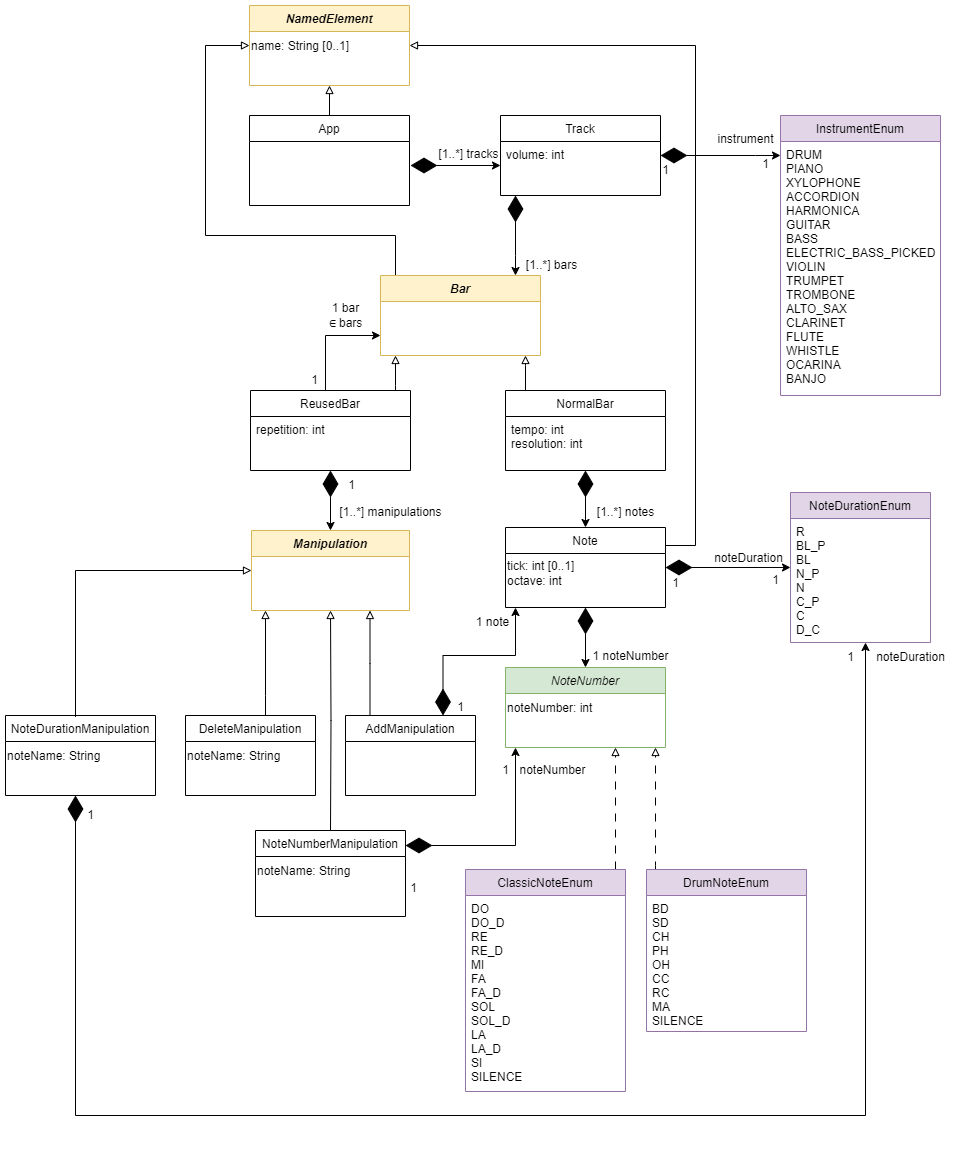
Earlier version of the draw.io export kernel/ressources/domain_model.png (BenoitGAUDET38/dsl-team-a-mml). Source tidied: cells renumbered, new cells last; positions are measured from the earlier drawing's top-left corner, leaving out a move shared by most shapes.
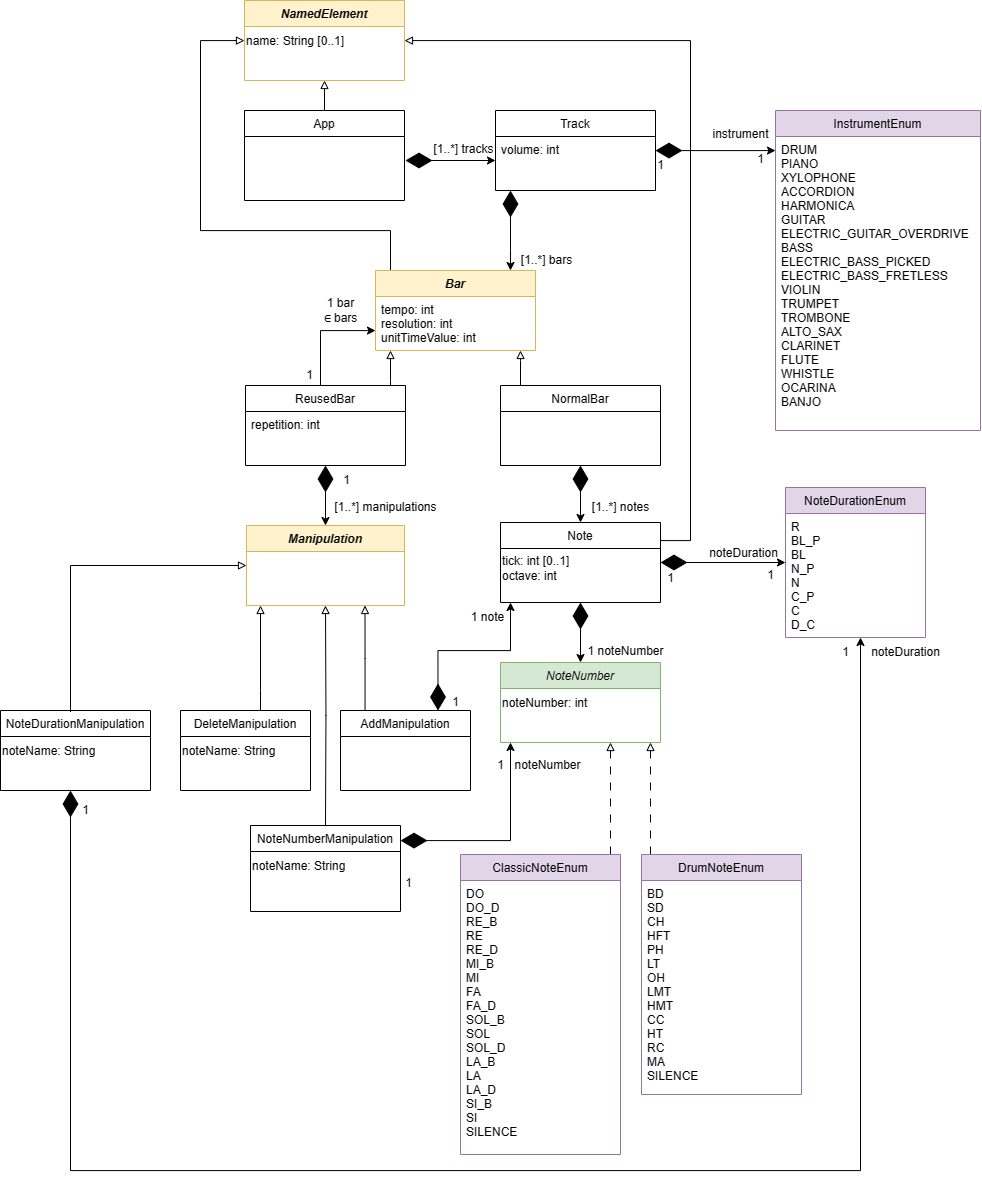
The same file after the commit.

Commit message:
update domain model

What changed in the source:
```diff
@@ -40,10 +40,10 @@
       <mxGeometry x="580" y="492" width="80" height="30" as="geometry" />
     </mxCell>
     <mxCell id="12" value="InstrumentEnum" style="swimlane;fontStyle=0;align=center;verticalAlign=top;horizontal=1;startSize=26;rounded=0;shadow=0;strokeWidth=1;fillColor=#e1d5e7;strokeColor=#9673a6;" parent="1" vertex="1">
-      <mxGeometry x="775" y="110" width="160" height="280" as="geometry" />
+      <mxGeometry x="775" y="110" width="205" height="320" as="geometry" />
     </mxCell>
-    <mxCell id="13" value="DRUM&#10;PIANO&#10;XYLOPHONE&#10;ACCORDION&#10;HARMONICA&#10;GUITAR&#10;BASS&#10;ELECTRIC_BASS_PICKED&#10;VIOLIN&#10;TRUMPET&#10;TROMBONE&#10;ALTO_SAX&#10;CLARINET&#10;FLUTE&#10;WHISTLE&#10;OCARINA&#10;BANJO" style="text;align=left;verticalAlign=top;spacingLeft=4;spacingRight=4;overflow=hidden;rounded=0;shadow=0;html=0;" parent="12" vertex="1">
-      <mxGeometry y="26" width="160" height="254" as="geometry" />
+    <mxCell id="13" value="DRUM&#10;PIANO&#10;XYLOPHONE&#10;ACCORDION&#10;HARMONICA&#10;GUITAR&#10;ELECTRIC_GUITAR_OVERDRIVE&#10;BASS&#10;ELECTRIC_BASS_PICKED&#10;ELECTRIC_BASS_FRETLESS&#10;VIOLIN&#10;TRUMPET&#10;TROMBONE&#10;ALTO_SAX&#10;CLARINET&#10;FLUTE&#10;WHISTLE&#10;OCARINA&#10;BANJO&#10;" style="text;align=left;verticalAlign=top;spacingLeft=4;spacingRight=4;overflow=hidden;rounded=0;shadow=0;html=0;" parent="12" vertex="1">
+      <mxGeometry y="26" width="205" height="294" as="geometry" />
     </mxCell>
     <mxCell id="14" value="instrument" style="text;html=1;align=center;verticalAlign=middle;strokeColor=none;fillColor=none;" parent="1" vertex="1">
       <mxGeometry x="700" y="119" width="80" height="30" as="geometry" />
@@ -57,10 +57,10 @@
       </mxGeometry>
     </mxCell>
     <mxCell id="16" value="ClassicNoteEnum" style="swimlane;fontStyle=0;align=center;verticalAlign=top;horizontal=1;startSize=26;rounded=0;shadow=0;strokeWidth=1;fillColor=#e1d5e7;strokeColor=#9673a6;" parent="1" vertex="1">
-      <mxGeometry x="460" y="864" width="160" height="222" as="geometry" />
+      <mxGeometry x="460" y="854" width="160" height="300" as="geometry" />
     </mxCell>
-    <mxCell id="17" value="DO&#10;DO_D&#10;RE&#10;RE_D&#10;MI&#10;FA&#10;FA_D&#10;SOL&#10;SOL_D&#10;LA&#10;LA_D&#10;SI&#10;SILENCE" style="text;align=left;verticalAlign=top;spacingLeft=4;spacingRight=4;overflow=hidden;rounded=0;shadow=0;html=0;" parent="16" vertex="1">
-      <mxGeometry y="26" width="160" height="194" as="geometry" />
+    <mxCell id="17" value="DO&#10;DO_D&#10;RE_B&#10;RE&#10;RE_D&#10;MI_B&#10;MI&#10;FA&#10;FA_D&#10;SOL_B&#10;SOL&#10;SOL_D&#10;LA_B&#10;LA&#10;LA_D&#10;SI_B&#10;SI&#10;SILENCE" style="text;align=left;verticalAlign=top;spacingLeft=4;spacingRight=4;overflow=hidden;rounded=0;shadow=0;html=0;" parent="16" vertex="1">
+      <mxGeometry y="26" width="160" height="264" as="geometry" />
     </mxCell>
     <mxCell id="18" value="NoteDurationEnum" style="swimlane;fontStyle=0;align=center;verticalAlign=top;horizontal=1;startSize=26;rounded=0;shadow=0;strokeWidth=1;fillColor=#e1d5e7;strokeColor=#9673a6;" parent="1" vertex="1">
       <mxGeometry x="785" y="487" width="140" height="150" as="geometry" />
@@ -77,16 +77,16 @@
     <mxCell id="22" style="edgeStyle=orthogonalEdgeStyle;rounded=0;jettySize=auto;html=1;endArrow=block;endFill=0;dashed=1;dashPattern=8 8;" parent="1" edge="1" source="23" target="20">
       <mxGeometry relative="1" as="geometry">
         <Array as="points">
-          <mxPoint x="650" y="860" />
-          <mxPoint x="650" y="860" />
+          <mxPoint x="650" y="800" />
+          <mxPoint x="650" y="800" />
         </Array>
       </mxGeometry>
     </mxCell>
     <mxCell id="23" value="DrumNoteEnum" style="swimlane;fontStyle=0;align=center;verticalAlign=top;horizontal=1;startSize=26;rounded=0;shadow=0;strokeWidth=1;fillColor=#e1d5e7;strokeColor=#9673a6;" parent="1" vertex="1">
-      <mxGeometry x="641" y="864" width="160" height="162" as="geometry" />
+      <mxGeometry x="641" y="854" width="160" height="240" as="geometry" />
     </mxCell>
-    <mxCell id="24" value="BD&#10;SD&#10;CH&#10;PH&#10;OH&#10;CC&#10;RC&#10;MA&#10;SILENCE" style="text;align=left;verticalAlign=top;spacingLeft=4;spacingRight=4;overflow=hidden;rounded=0;shadow=0;html=0;" parent="23" vertex="1">
-      <mxGeometry y="26" width="160" height="134" as="geometry" />
+    <mxCell id="24" value="BD&#10;SD&#10;CH&#10;HFT&#10;PH&#10;LT&#10;OH&#10;LMT&#10;HMT&#10;CC&#10;HT&#10;RC&#10;MA&#10;SILENCE" style="text;align=left;verticalAlign=top;spacingLeft=4;spacingRight=4;overflow=hidden;rounded=0;shadow=0;html=0;" parent="23" vertex="1">
+      <mxGeometry y="26" width="160" height="214" as="geometry" />
     </mxCell>
     <mxCell id="25" value="noteDuration" style="text;html=1;align=center;verticalAlign=middle;strokeColor=none;fillColor=none;" parent="1" vertex="1">
       <mxGeometry x="698" y="538" width="90" height="30" as="geometry" />
@@ -103,9 +103,6 @@
     <mxCell id="29" value="NormalBar" style="swimlane;fontStyle=0;align=center;verticalAlign=top;horizontal=1;startSize=26;rounded=0;shadow=0;strokeWidth=1;" parent="1" vertex="1">
       <mxGeometry x="500" y="385" width="160" height="80" as="geometry" />
     </mxCell>
-    <mxCell id="30" value="tempo: int&#10;resolution: int" style="text;align=left;verticalAlign=top;spacingLeft=4;spacingRight=4;overflow=hidden;" parent="29" vertex="1">
-      <mxGeometry y="26" width="160" height="54" as="geometry" />
-    </mxCell>
     <mxCell id="31" style="endArrow=diamondThin;endFill=1;endSize=24;html=1;rounded=0;edgeStyle=orthogonalEdgeStyle;startArrow=classic;startFill=1;" parent="1" edge="1" source="42" target="4">
       <mxGeometry relative="1" as="geometry">
         <Array as="points">
@@ -168,6 +165,9 @@
     <mxCell id="42" value="Bar" style="swimlane;fontStyle=3;align=center;verticalAlign=top;horizontal=1;startSize=26;rounded=0;shadow=0;strokeWidth=1;fillColor=#fff2cc;strokeColor=#d6b656;" parent="1" vertex="1">
       <mxGeometry x="375" y="270" width="160" height="80" as="geometry" />
     </mxCell>
+    <mxCell id="30" value="tempo: int&#10;resolution: int&#10;unitTimeValue: int" style="text;align=left;verticalAlign=top;spacingLeft=4;spacingRight=4;overflow=hidden;" parent="42" vertex="1">
+      <mxGeometry y="26" width="160" height="54" as="geometry" />
+    </mxCell>
     <mxCell id="43" style="edgeStyle=orthogonalEdgeStyle;rounded=0;jettySize=auto;html=1;endArrow=block;endFill=0;" parent="1" edge="1" source="29" target="42">
       <mxGeometry relative="1" as="geometry">
         <Array as="points">
@@ -240,8 +240,8 @@
     <mxCell id="58" style="endArrow=diamondThin;endFill=1;endSize=24;html=1;rounded=0;edgeStyle=orthogonalEdgeStyle;startArrow=classic;startFill=1;" parent="1" edge="1" source="18" target="49">
       <mxGeometry relative="1" as="geometry">
         <Array as="points">
-          <mxPoint x="860" y="1110" />
-          <mxPoint x="70" y="1110" />
+          <mxPoint x="860" y="1170" />
+          <mxPoint x="70" y="1170" />
         </Array>
       </mxGeometry>
     </mxCell>
```
